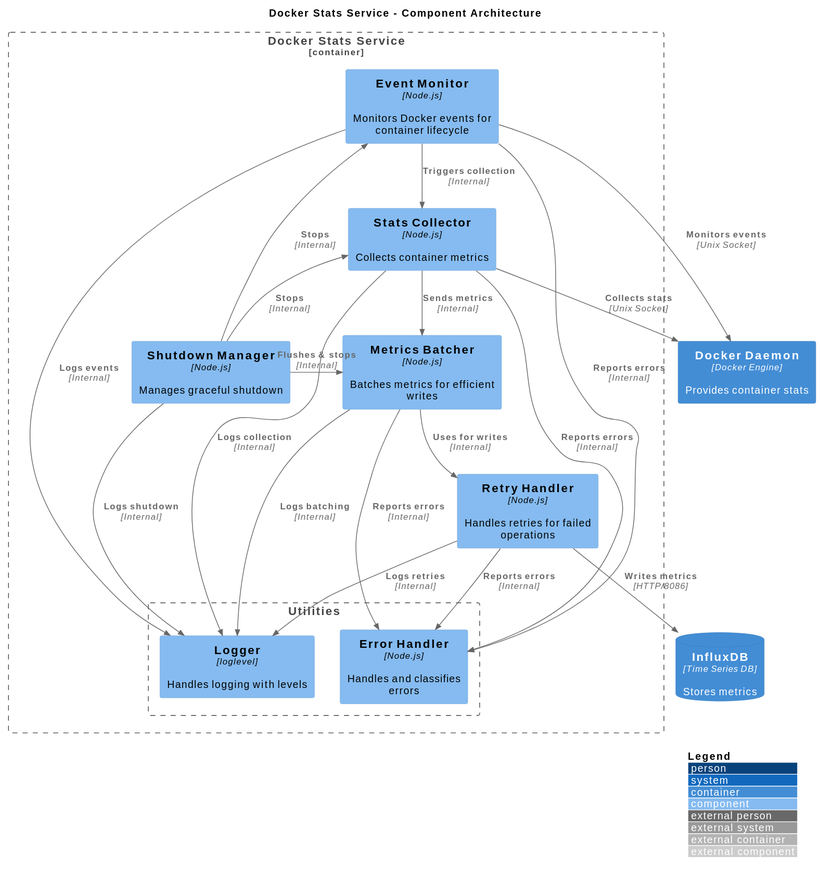
The PlantUML diagram docs/architecture/diagrams/components.svg in JoobyPM/docker-stats-service, before a commit. The source it was exported from:
```plantuml
@startuml
!include https://raw.githubusercontent.com/plantuml-stdlib/C4-PlantUML/master/C4_Component.puml

LAYOUT_WITH_LEGEND()

title Docker Stats Service - Component Architecture

Container_Boundary(docker_stats_service, "Docker Stats Service") {
    Component(event_monitor, "Event Monitor", "Node.js", "Monitors Docker events for container lifecycle")
    Component(stats_collector, "Stats Collector", "Node.js", "Collects container metrics")
    Component(metrics_batcher, "Metrics Batcher", "Node.js", "Batches metrics for efficient writes")
    Component(retry_handler, "Retry Handler", "Node.js", "Handles retries for failed operations")
    Component(shutdown_manager, "Shutdown Manager", "Node.js", "Manages graceful shutdown")

    Boundary(utils, "Utilities") {
        Component(error_handler, "Error Handler", "Node.js", "Handles and classifies errors")
        Component(logger, "Logger", "loglevel", "Handles logging with levels")
    }
}

Container(docker_daemon, "Docker Daemon", "Docker Engine", "Provides container stats")
ContainerDb(influxdb, "InfluxDB", "Time Series DB", "Stores metrics")

Rel(event_monitor, docker_daemon, "Monitors events", "Unix Socket")
Rel(event_monitor, stats_collector, "Triggers collection", "Internal")
Rel(event_monitor, error_handler, "Reports errors", "Internal")
Rel(event_monitor, logger, "Logs events", "Internal")

Rel(stats_collector, docker_daemon, "Collects stats", "Unix Socket")
Rel(stats_collector, metrics_batcher, "Sends metrics", "Internal")
Rel(stats_collector, error_handler, "Reports errors", "Internal")
Rel(stats_collector, logger, "Logs collection", "Internal")

Rel(metrics_batcher, retry_handler, "Uses for writes", "Internal")
Rel(metrics_batcher, error_handler, "Reports errors", "Internal")
Rel(metrics_batcher, logger, "Logs batching", "Internal")

Rel(retry_handler, influxdb, "Writes metrics", "HTTP/8086")
Rel(retry_handler, error_handler, "Reports errors", "Internal")
Rel(retry_handler, logger, "Logs retries", "Internal")

Rel_L(shutdown_manager, event_monitor, "Stops", "Internal")
Rel_L(shutdown_manager, stats_collector, "Stops", "Internal")
Rel_L(shutdown_manager, metrics_batcher, "Flushes & stops", "Internal")
Rel(shutdown_manager, logger, "Logs shutdown", "Internal")
@enduml
```
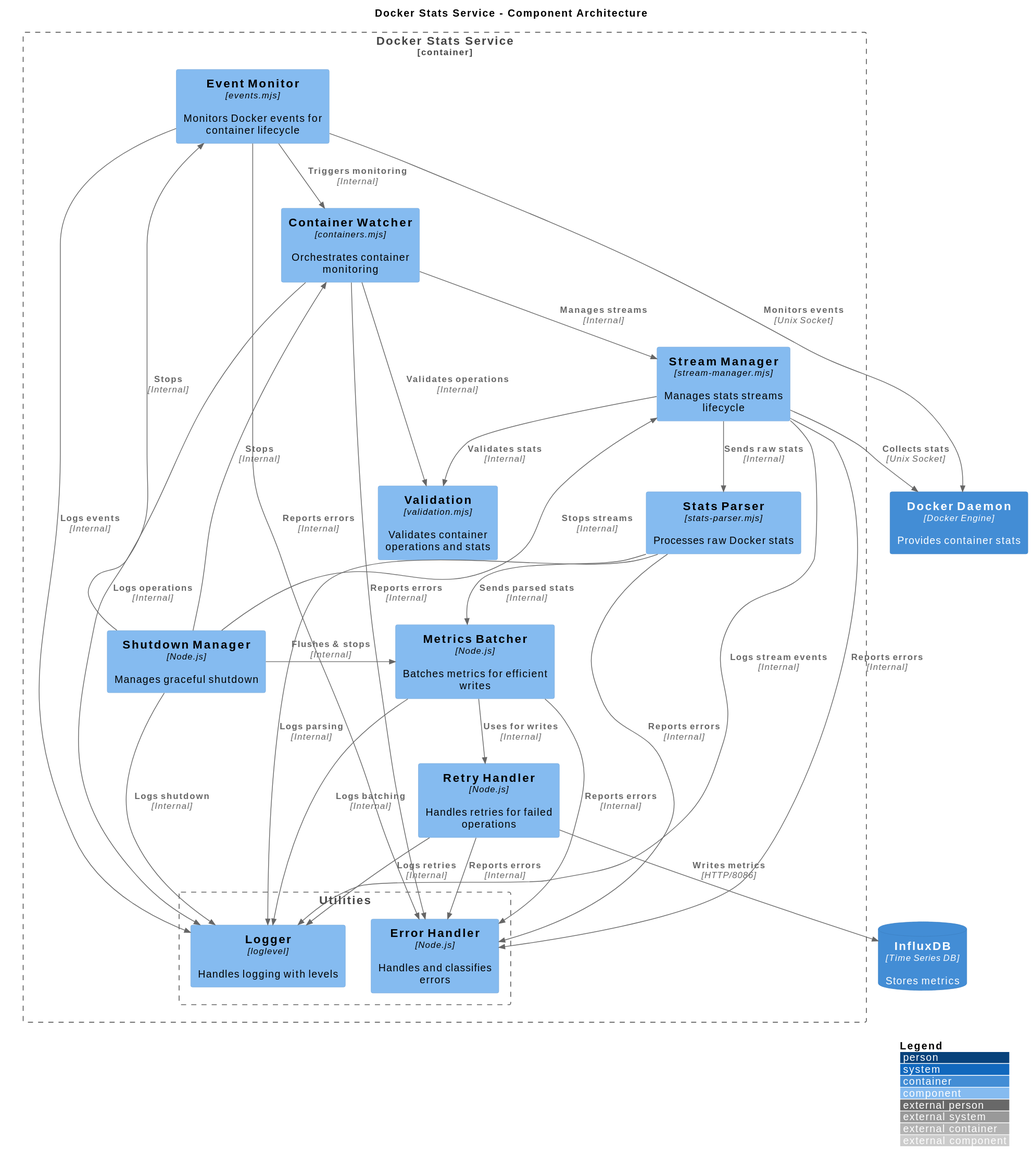
Above is the later version.

The edit, as a diff of the source:
```diff
@@ -6,8 +6,11 @@
 title Docker Stats Service - Component Architecture
 
 Container_Boundary(docker_stats_service, "Docker Stats Service") {
-    Component(event_monitor, "Event Monitor", "Node.js", "Monitors Docker events for container lifecycle")
-    Component(stats_collector, "Stats Collector", "Node.js", "Collects container metrics")
+    Component(event_monitor, "Event Monitor", "events.mjs", "Monitors Docker events for container lifecycle")
+    Component(container_watcher, "Container Watcher", "containers.mjs", "Orchestrates container monitoring")
+    Component(stream_manager, "Stream Manager", "stream-manager.mjs", "Manages stats streams lifecycle")
+    Component(stats_parser, "Stats Parser", "stats-parser.mjs", "Processes raw Docker stats")
+    Component(validation, "Validation", "validation.mjs", "Validates container operations and stats")
     Component(metrics_batcher, "Metrics Batcher", "Node.js", "Batches metrics for efficient writes")
     Component(retry_handler, "Retry Handler", "Node.js", "Handles retries for failed operations")
     Component(shutdown_manager, "Shutdown Manager", "Node.js", "Manages graceful shutdown")
@@ -22,14 +25,24 @@
 ContainerDb(influxdb, "InfluxDB", "Time Series DB", "Stores metrics")
 
 Rel(event_monitor, docker_daemon, "Monitors events", "Unix Socket")
-Rel(event_monitor, stats_collector, "Triggers collection", "Internal")
+Rel(event_monitor, container_watcher, "Triggers monitoring", "Internal")
 Rel(event_monitor, error_handler, "Reports errors", "Internal")
 Rel(event_monitor, logger, "Logs events", "Internal")
 
-Rel(stats_collector, docker_daemon, "Collects stats", "Unix Socket")
-Rel(stats_collector, metrics_batcher, "Sends metrics", "Internal")
-Rel(stats_collector, error_handler, "Reports errors", "Internal")
-Rel(stats_collector, logger, "Logs collection", "Internal")
+Rel(container_watcher, stream_manager, "Manages streams", "Internal")
+Rel(container_watcher, validation, "Validates operations", "Internal")
+Rel(container_watcher, error_handler, "Reports errors", "Internal")
+Rel(container_watcher, logger, "Logs operations", "Internal")
+
+Rel(stream_manager, docker_daemon, "Collects stats", "Unix Socket")
+Rel(stream_manager, stats_parser, "Sends raw stats", "Internal")
+Rel(stream_manager, validation, "Validates stats", "Internal")
+Rel(stream_manager, error_handler, "Reports errors", "Internal")
+Rel(stream_manager, logger, "Logs stream events", "Internal")
+
+Rel(stats_parser, metrics_batcher, "Sends parsed stats", "Internal")
+Rel(stats_parser, error_handler, "Reports errors", "Internal")
+Rel(stats_parser, logger, "Logs parsing", "Internal")
 
 Rel(metrics_batcher, retry_handler, "Uses for writes", "Internal")
 Rel(metrics_batcher, error_handler, "Reports errors", "Internal")
@@ -40,7 +53,8 @@
 Rel(retry_handler, logger, "Logs retries", "Internal")
 
 Rel_L(shutdown_manager, event_monitor, "Stops", "Internal")
-Rel_L(shutdown_manager, stats_collector, "Stops", "Internal")
+Rel_L(shutdown_manager, container_watcher, "Stops", "Internal")
+Rel_L(shutdown_manager, stream_manager, "Stops streams", "Internal")
 Rel_L(shutdown_manager, metrics_batcher, "Flushes & stops", "Internal")
 Rel(shutdown_manager, logger, "Logs shutdown", "Internal")
 @enduml
```
